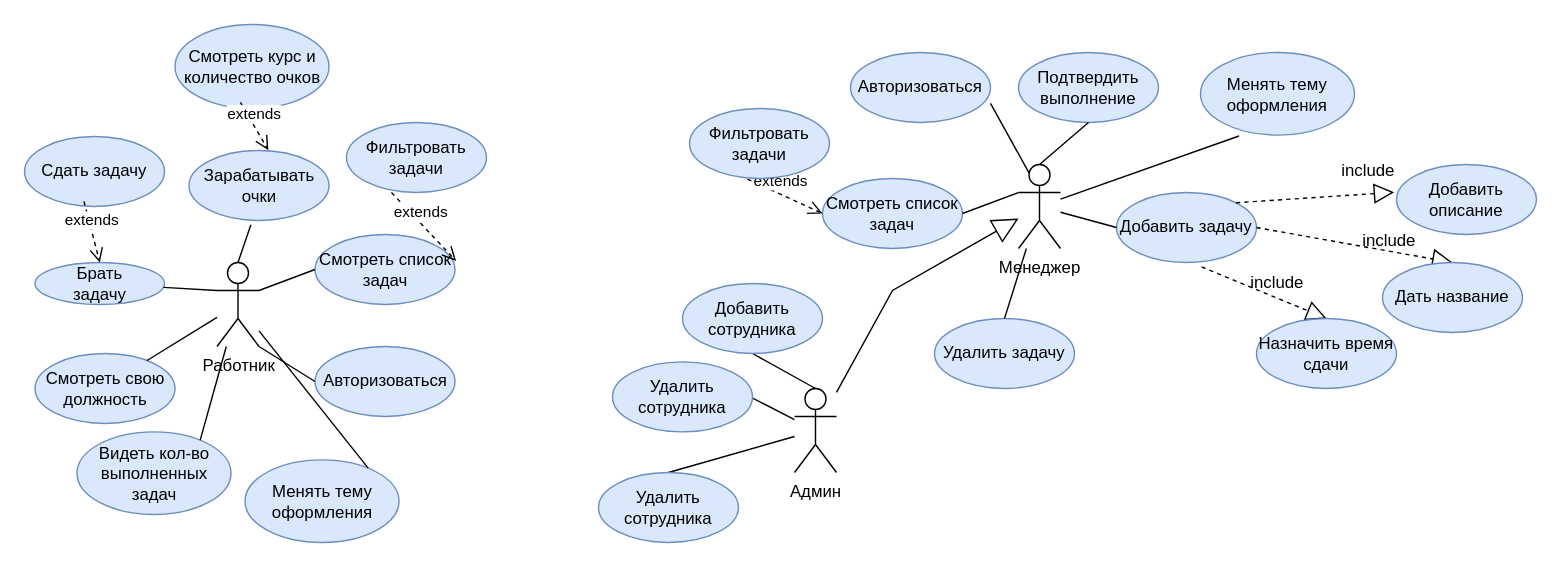
Before: tech-task/ourUML.drawio in ASamohvalov/CRM-project, a draw.io diagram. Source tidied: cells renumbered, new cells numbered last; positions are measured from the earlier drawing's top-left corner, leaving out a move shared by most shapes. Both pictures are drawn from the tidied source at 140%, with x=0, y=0 at pixel (24, 24).
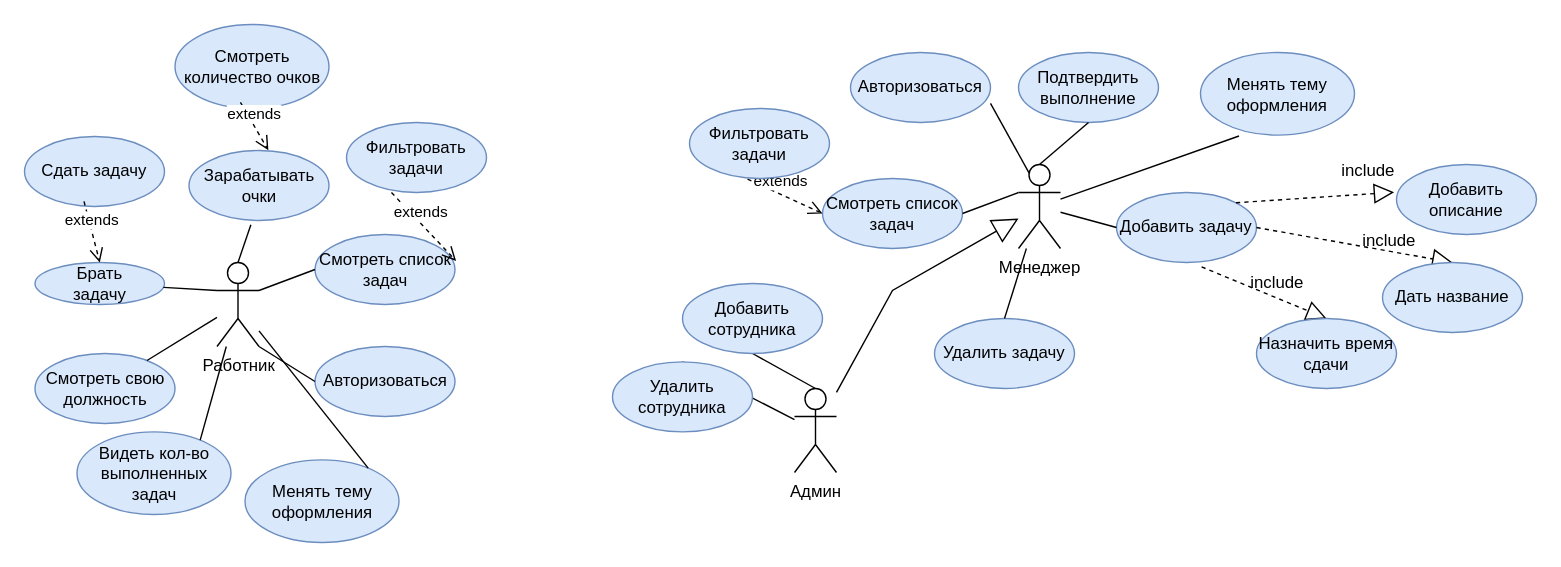
The same diagram, later.

Unchanged cells that the change refers to:
```xml
<mxCell id="3" value="Админ" style="shape=umlActor;verticalLabelPosition=bottom;verticalAlign=top;html=1;outlineConnect=0;" parent="1" vertex="1">
  <mxGeometry x="550" y="260" width="30" height="60" as="geometry" />
</mxCell>
```

The edit, as a diff of the source:
```diff
@@
-    <mxCell id="32" value="Смотреть курс и количество очков" style="ellipse;whiteSpace=wrap;html=1;fillColor=#dae8fc;strokeColor=#6c8ebf;" parent="1" vertex="1">
+    <mxCell id="32" value="Смотреть&lt;div&gt;количество очков&lt;/div&gt;" style="ellipse;whiteSpace=wrap;html=1;fillColor=#dae8fc;strokeColor=#6c8ebf;" parent="1" vertex="1">
       <mxGeometry x="107.5" width="110" height="60" as="geometry" />
     </mxCell>
@@
-    <mxCell id="42" style="endArrow=none;html=1;rounded=0;exitX=0.5;exitY=0;exitDx=0;exitDy=0;" parent="1" edge="1" source="43" target="3">
-      <mxGeometry relative="1" as="geometry" />
-    </mxCell>
-    <mxCell id="43" value="Удалить сотрудника" style="ellipse;whiteSpace=wrap;html=1;fillColor=#dae8fc;strokeColor=#6c8ebf;" parent="1" vertex="1">
-      <mxGeometry x="410" y="320" width="100" height="50" as="geometry" />
-    </mxCell>
```
